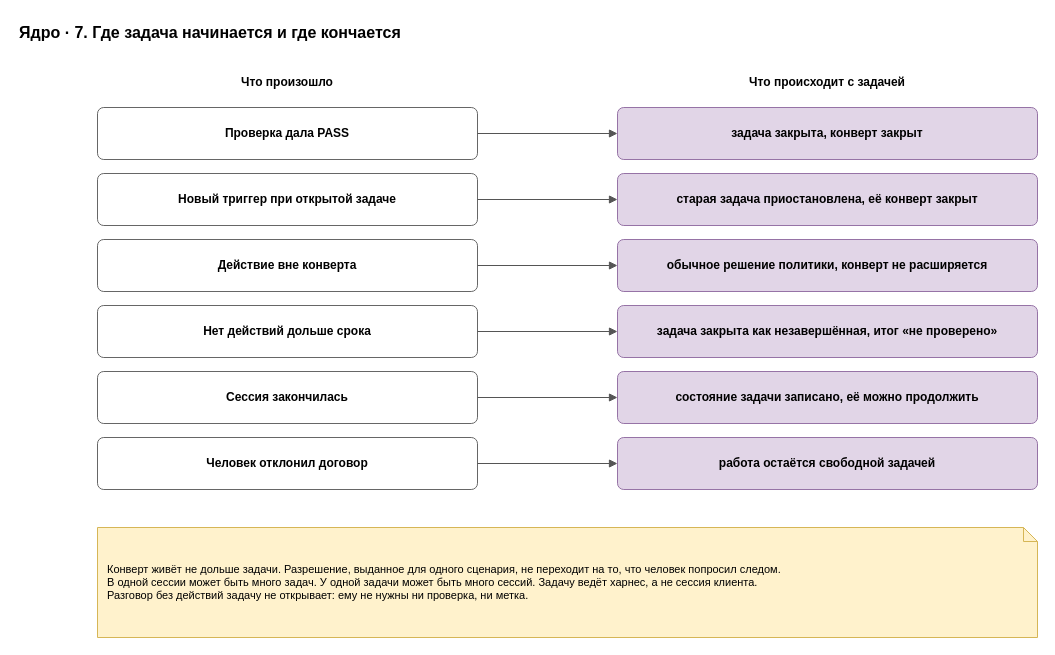
Above: page "5. Границы задачи" (5 of 24) of docs/spec/harness-spec.drawio in roygkov/reins (draw.io), before the change. Source tidied: cells renumbered, new cells numbered last; positions are measured from the earlier drawing's top-left corner, leaving out a move shared by most shapes. Both pictures are drawn from the tidied source at 100%, with x=0, y=0 at pixel (17, 17).
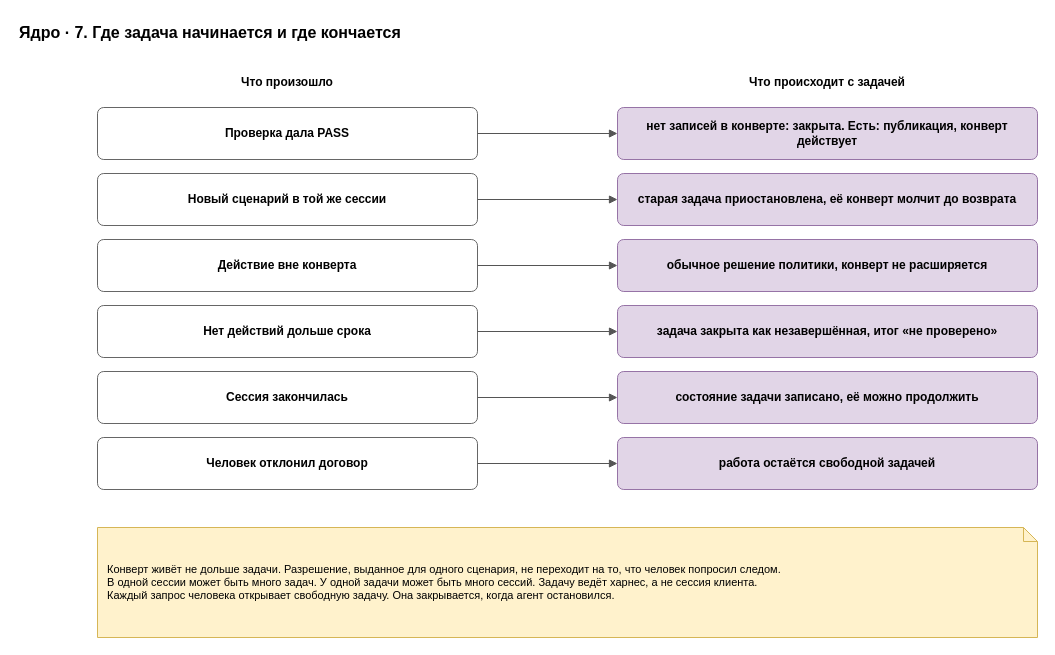
The same diagram, later.

What changed in the source:
```diff
@@
-    <mxCell id="6" value="&lt;b&gt;задача закрыта, конверт закрыт&lt;/b&gt;" style="rounded=1;whiteSpace=wrap;html=1;fillColor=#e1d5e7;strokeColor=#9673a6;arcSize=12;" parent="1" vertex="1">
+    <mxCell id="6" value="&lt;b&gt;нет записей в конверте: закрыта. Есть: публикация, конверт действует&lt;/b&gt;" style="rounded=1;whiteSpace=wrap;html=1;fillColor=#e1d5e7;strokeColor=#9673a6;arcSize=12;" parent="1" vertex="1">
       <mxGeometry x="600" y="90" width="420" height="52" as="geometry" />
     </mxCell>
@@
-    <mxCell id="8" value="&lt;b&gt;Новый триггер при открытой задаче&lt;/b&gt;" style="rounded=1;whiteSpace=wrap;html=1;fillColor=#ffffff;strokeColor=#666666;arcSize=12;" parent="1" vertex="1">
+    <mxCell id="8" value="&lt;b&gt;Новый сценарий в той же сессии&lt;/b&gt;" style="rounded=1;whiteSpace=wrap;html=1;fillColor=#ffffff;strokeColor=#666666;arcSize=12;" parent="1" vertex="1">
       <mxGeometry x="80" y="156" width="380" height="52" as="geometry" />
     </mxCell>
-    <mxCell id="9" value="&lt;b&gt;старая задача приостановлена, её конверт закрыт&lt;/b&gt;" style="rounded=1;whiteSpace=wrap;html=1;fillColor=#e1d5e7;strokeColor=#9673a6;arcSize=12;" parent="1" vertex="1">
+    <mxCell id="9" value="&lt;b&gt;старая задача приостановлена, её конверт молчит до возврата&lt;/b&gt;" style="rounded=1;whiteSpace=wrap;html=1;fillColor=#e1d5e7;strokeColor=#9673a6;arcSize=12;" parent="1" vertex="1">
       <mxGeometry x="600" y="156" width="420" height="52" as="geometry" />
     </mxCell>
@@
-    <mxCell id="23" value="Конверт живёт не дольше задачи. Разрешение, выданное для одного сценария, не переходит на то, что человек попросил следом.&lt;br&gt;В одной сессии может быть много задач. У одной задачи может быть много сессий. Задачу ведёт харнес, а не сессия клиента.&lt;br&gt;Разговор без действий задачу не открывает: ему не нужны ни проверка, ни метка." style="shape=note;whiteSpace=wrap;html=1;backgroundOutline=1;size=14;fillColor=#fff2cc;strokeColor=#d6b656;align=left;spacingLeft=8;spacingRight=8;fontSize=11;" parent="1" vertex="1">
+    <mxCell id="23" value="Конверт живёт не дольше задачи. Разрешение, выданное для одного сценария, не переходит на то, что человек попросил следом.&lt;br&gt;В одной сессии может быть много задач. У одной задачи может быть много сессий. Задачу ведёт харнес, а не сессия клиента.&lt;br&gt;Каждый запрос человека открывает свободную задачу. Она закрывается, когда агент остановился." style="shape=note;whiteSpace=wrap;html=1;backgroundOutline=1;size=14;fillColor=#fff2cc;strokeColor=#d6b656;align=left;spacingLeft=8;spacingRight=8;fontSize=11;" parent="1" vertex="1">
       <mxGeometry x="80" y="510" width="940" height="110" as="geometry" />
     </mxCell>
```
